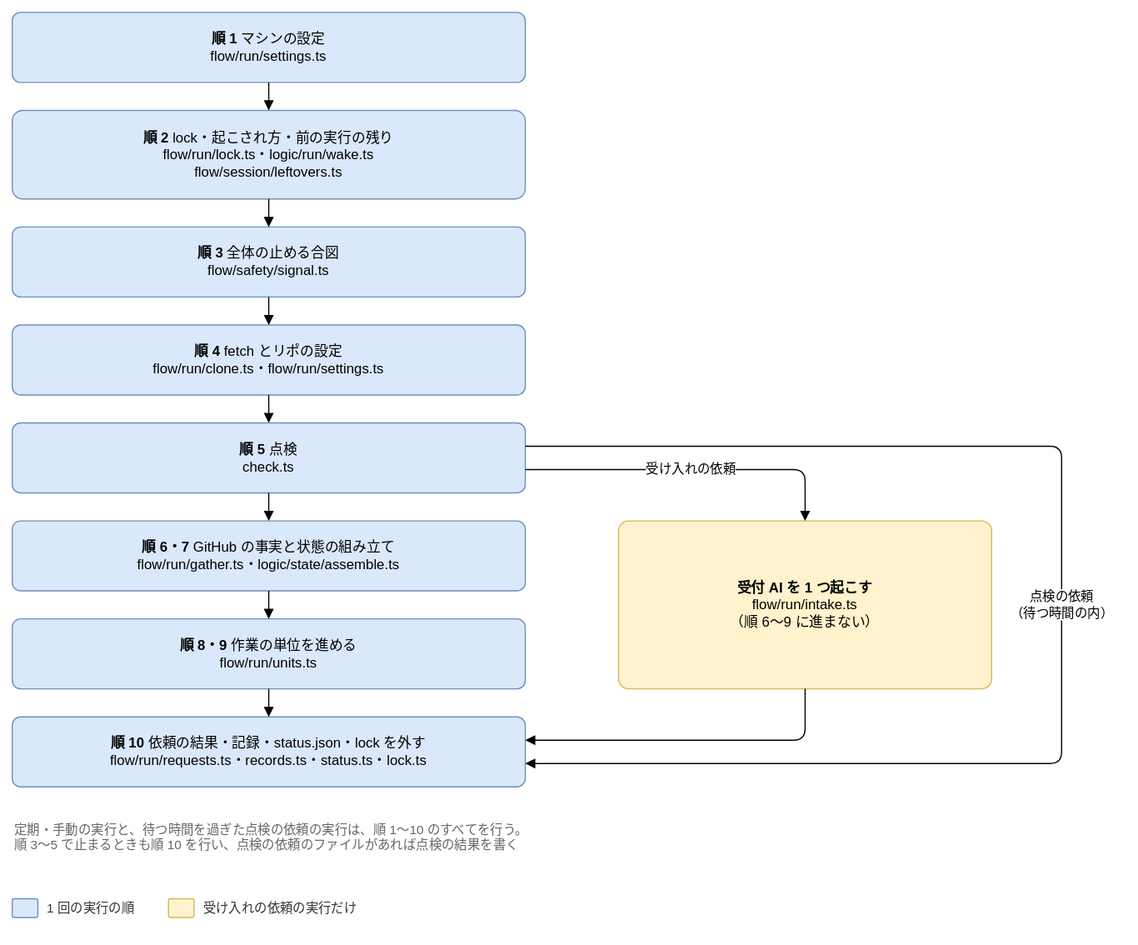
Above: docs/design/detailed/diagrams/08-run.drawio.svg in Joymerrevent/dev-autopilot (draw.io), before the change. Source tidied: cells renumbered, new cells last; positions are measured from the earlier drawing's top-left corner, leaving out a move shared by most shapes.
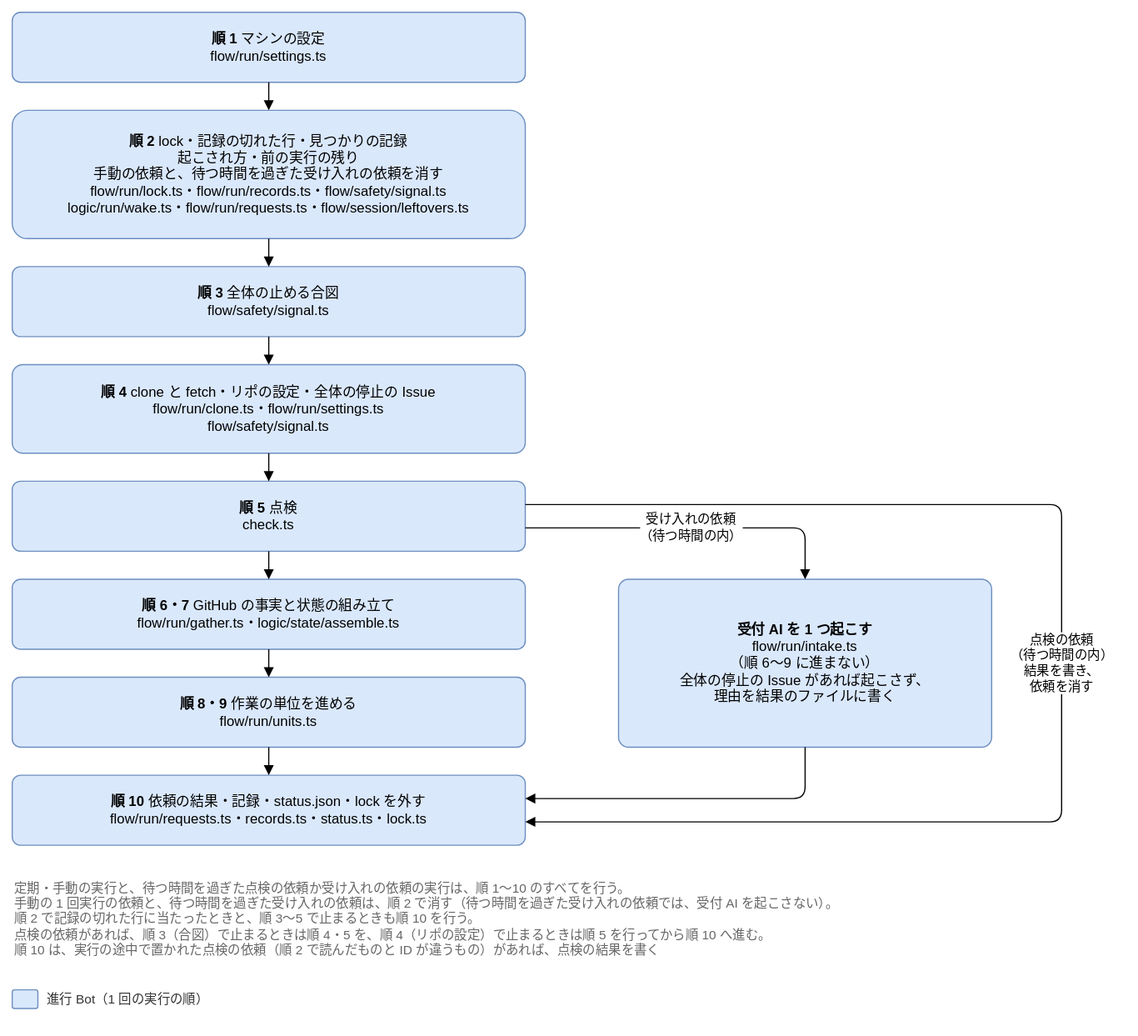
The same file after the commit.

Change to the diagram source:
```diff
@@ -5,87 +5,81 @@
     <mxCell id="2" value="&lt;b&gt;順 1&lt;/b&gt; マシンの設定&lt;br&gt;flow/run/settings.ts" style="rounded=1;whiteSpace=wrap;html=1;fontSize=12;arcSize=12;spacing=12;fillColor=#dae8fc;strokeColor=#6c8ebf;" parent="1" vertex="1">
       <mxGeometry width="440" height="60" as="geometry" />
     </mxCell>
-    <mxCell id="3" value="&lt;b&gt;順 2&lt;/b&gt; lock・起こされ方・前の実行の残り&lt;br&gt;flow/run/lock.ts・logic/run/wake.ts&lt;br&gt;flow/session/leftovers.ts" style="rounded=1;whiteSpace=wrap;html=1;fontSize=12;arcSize=12;spacing=12;fillColor=#dae8fc;strokeColor=#6c8ebf;" parent="1" vertex="1">
-      <mxGeometry y="84" width="440" height="76" as="geometry" />
+    <mxCell id="3" value="&lt;b&gt;順 2&lt;/b&gt; lock・記録の切れた行・見つかりの記録&lt;br&gt;起こされ方・前の実行の残り&lt;br&gt;手動の依頼と、待つ時間を過ぎた受け入れの依頼を消す&lt;br&gt;flow/run/lock.ts・flow/run/records.ts・flow/safety/signal.ts&lt;br&gt;logic/run/wake.ts・flow/run/requests.ts・flow/session/leftovers.ts" style="rounded=1;whiteSpace=wrap;html=1;fontSize=12;arcSize=12;spacing=12;fillColor=#dae8fc;strokeColor=#6c8ebf;" parent="1" vertex="1">
+      <mxGeometry y="84" width="440" height="110" as="geometry" />
     </mxCell>
     <mxCell id="4" style="edgeStyle=orthogonalEdgeStyle;rounded=1;html=1;endArrow=block;endFill=1;fontSize=11;labelBackgroundColor=#ffffff;exitX=0.5;exitY=1;exitDx=0;exitDy=0;entryX=0.5;entryY=0;entryDx=0;entryDy=0;" parent="1" edge="1" source="2" target="3">
       <mxGeometry relative="1" as="geometry" />
     </mxCell>
     <mxCell id="5" value="&lt;b&gt;順 3&lt;/b&gt; 全体の止める合図&lt;br&gt;flow/safety/signal.ts" style="rounded=1;whiteSpace=wrap;html=1;fontSize=12;arcSize=12;spacing=12;fillColor=#dae8fc;strokeColor=#6c8ebf;" parent="1" vertex="1">
-      <mxGeometry y="184" width="440" height="60" as="geometry" />
+      <mxGeometry y="218" width="440" height="60" as="geometry" />
     </mxCell>
     <mxCell id="6" style="edgeStyle=orthogonalEdgeStyle;rounded=1;html=1;endArrow=block;endFill=1;fontSize=11;labelBackgroundColor=#ffffff;exitX=0.5;exitY=1;exitDx=0;exitDy=0;entryX=0.5;entryY=0;entryDx=0;entryDy=0;" parent="1" edge="1" source="3" target="5">
       <mxGeometry relative="1" as="geometry" />
     </mxCell>
-    <mxCell id="7" value="&lt;b&gt;順 4&lt;/b&gt; fetch とリポの設定&lt;br&gt;flow/run/clone.ts・flow/run/settings.ts" style="rounded=1;whiteSpace=wrap;html=1;fontSize=12;arcSize=12;spacing=12;fillColor=#dae8fc;strokeColor=#6c8ebf;" parent="1" vertex="1">
-      <mxGeometry y="268" width="440" height="60" as="geometry" />
+    <mxCell id="7" value="&lt;b&gt;順 4&lt;/b&gt; clone と fetch・リポの設定・全体の停止の Issue&lt;br&gt;flow/run/clone.ts・flow/run/settings.ts&lt;br&gt;flow/safety/signal.ts" style="rounded=1;whiteSpace=wrap;html=1;fontSize=12;arcSize=12;spacing=12;fillColor=#dae8fc;strokeColor=#6c8ebf;" parent="1" vertex="1">
+      <mxGeometry y="302" width="440" height="76" as="geometry" />
     </mxCell>
     <mxCell id="8" style="edgeStyle=orthogonalEdgeStyle;rounded=1;html=1;endArrow=block;endFill=1;fontSize=11;labelBackgroundColor=#ffffff;exitX=0.5;exitY=1;exitDx=0;exitDy=0;entryX=0.5;entryY=0;entryDx=0;entryDy=0;" parent="1" edge="1" source="5" target="7">
       <mxGeometry relative="1" as="geometry" />
     </mxCell>
     <mxCell id="9" value="&lt;b&gt;順 5&lt;/b&gt; 点検&lt;br&gt;check.ts" style="rounded=1;whiteSpace=wrap;html=1;fontSize=12;arcSize=12;spacing=12;fillColor=#dae8fc;strokeColor=#6c8ebf;" parent="1" vertex="1">
-      <mxGeometry y="352" width="440" height="60" as="geometry" />
+      <mxGeometry y="402" width="440" height="60" as="geometry" />
     </mxCell>
     <mxCell id="10" style="edgeStyle=orthogonalEdgeStyle;rounded=1;html=1;endArrow=block;endFill=1;fontSize=11;labelBackgroundColor=#ffffff;exitX=0.5;exitY=1;exitDx=0;exitDy=0;entryX=0.5;entryY=0;entryDx=0;entryDy=0;" parent="1" edge="1" source="7" target="9">
       <mxGeometry relative="1" as="geometry" />
     </mxCell>
     <mxCell id="11" value="&lt;b&gt;順 6・7&lt;/b&gt; GitHub の事実と状態の組み立て&lt;br&gt;flow/run/gather.ts・logic/state/assemble.ts" style="rounded=1;whiteSpace=wrap;html=1;fontSize=12;arcSize=12;spacing=12;fillColor=#dae8fc;strokeColor=#6c8ebf;" parent="1" vertex="1">
-      <mxGeometry y="436" width="440" height="60" as="geometry" />
+      <mxGeometry y="486" width="440" height="60" as="geometry" />
     </mxCell>
     <mxCell id="12" style="edgeStyle=orthogonalEdgeStyle;rounded=1;html=1;endArrow=block;endFill=1;fontSize=11;labelBackgroundColor=#ffffff;exitX=0.5;exitY=1;exitDx=0;exitDy=0;entryX=0.5;entryY=0;entryDx=0;entryDy=0;" parent="1" edge="1" source="9" target="11">
       <mxGeometry relative="1" as="geometry" />
     </mxCell>
     <mxCell id="13" value="&lt;b&gt;順 8・9&lt;/b&gt; 作業の単位を進める&lt;br&gt;flow/run/units.ts" style="rounded=1;whiteSpace=wrap;html=1;fontSize=12;arcSize=12;spacing=12;fillColor=#dae8fc;strokeColor=#6c8ebf;" parent="1" vertex="1">
-      <mxGeometry y="520" width="440" height="60" as="geometry" />
+      <mxGeometry y="570" width="440" height="60" as="geometry" />
     </mxCell>
     <mxCell id="14" style="edgeStyle=orthogonalEdgeStyle;rounded=1;html=1;endArrow=block;endFill=1;fontSize=11;labelBackgroundColor=#ffffff;exitX=0.5;exitY=1;exitDx=0;exitDy=0;entryX=0.5;entryY=0;entryDx=0;entryDy=0;" parent="1" edge="1" source="11" target="13">
       <mxGeometry relative="1" as="geometry" />
     </mxCell>
     <mxCell id="15" value="&lt;b&gt;順 10&lt;/b&gt; 依頼の結果・記録・status.json・lock を外す&lt;br&gt;flow/run/requests.ts・records.ts・status.ts・lock.ts" style="rounded=1;whiteSpace=wrap;html=1;fontSize=12;arcSize=12;spacing=12;fillColor=#dae8fc;strokeColor=#6c8ebf;" parent="1" vertex="1">
-      <mxGeometry y="604" width="440" height="60" as="geometry" />
+      <mxGeometry y="654" width="440" height="60" as="geometry" />
     </mxCell>
     <mxCell id="16" style="edgeStyle=orthogonalEdgeStyle;rounded=1;html=1;endArrow=block;endFill=1;fontSize=11;labelBackgroundColor=#ffffff;exitX=0.5;exitY=1;exitDx=0;exitDy=0;entryX=0.5;entryY=0;entryDx=0;entryDy=0;" parent="1" edge="1" source="13" target="15">
       <mxGeometry relative="1" as="geometry" />
     </mxCell>
-    <mxCell id="17" value="&lt;b&gt;受付 AI を 1 つ起こす&lt;/b&gt;&lt;br&gt;flow/run/intake.ts&lt;br&gt;（順 6〜9 に進まない）" style="rounded=1;whiteSpace=wrap;html=1;fontSize=12;arcSize=12;spacing=12;fillColor=#fff2cc;strokeColor=#d6b656;arcSize=6;" parent="1" vertex="1">
-      <mxGeometry x="520" y="436" width="320" height="144" as="geometry" />
+    <mxCell id="17" value="&lt;b&gt;受付 AI を 1 つ起こす&lt;/b&gt;&lt;br&gt;flow/run/intake.ts&lt;br&gt;（順 6〜9 に進まない）&lt;br&gt;全体の停止の Issue があれば起こさず、&lt;br&gt;理由を結果のファイルに書く" style="rounded=1;whiteSpace=wrap;html=1;fontSize=12;arcSize=12;spacing=12;fillColor=#dae8fc;strokeColor=#6c8ebf;arcSize=6;" parent="1" vertex="1">
+      <mxGeometry x="520" y="486" width="320" height="144" as="geometry" />
     </mxCell>
-    <mxCell id="18" value="受け入れの依頼" style="edgeStyle=orthogonalEdgeStyle;rounded=1;html=1;endArrow=block;endFill=1;fontSize=11;labelBackgroundColor=#ffffff;exitX=1;exitY=0.6666666666666666;exitDx=0;exitDy=0;entryX=0.5;entryY=0;entryDx=0;entryDy=0;" parent="1" edge="1" source="9" target="17">
+    <mxCell id="18" value="受け入れの依頼&lt;br&gt;（待つ時間の内）" style="edgeStyle=orthogonalEdgeStyle;rounded=1;html=1;endArrow=block;endFill=1;fontSize=11;labelBackgroundColor=#ffffff;exitX=1;exitY=0.6666666666666666;exitDx=0;exitDy=0;entryX=0.5;entryY=0;entryDx=0;entryDy=0;" parent="1" edge="1" source="9" target="17">
       <mxGeometry relative="1" as="geometry">
         <Array as="points">
-          <mxPoint x="680" y="392" />
+          <mxPoint x="680" y="442" />
         </Array>
       </mxGeometry>
     </mxCell>
     <mxCell id="19" style="edgeStyle=orthogonalEdgeStyle;rounded=1;html=1;endArrow=block;endFill=1;fontSize=11;labelBackgroundColor=#ffffff;exitX=0.5;exitY=1;exitDx=0;exitDy=0;entryX=1;entryY=0.3333333333333333;entryDx=0;entryDy=0;" parent="1" edge="1" source="17" target="15">
       <mxGeometry relative="1" as="geometry">
         <Array as="points">
-          <mxPoint x="680" y="624" />
+          <mxPoint x="680" y="674" />
         </Array>
       </mxGeometry>
     </mxCell>
-    <mxCell id="20" value="点検の依頼&lt;br&gt;（待つ時間の内）" style="edgeStyle=orthogonalEdgeStyle;rounded=1;html=1;endArrow=block;endFill=1;fontSize=11;labelBackgroundColor=#ffffff;exitX=1;exitY=0.3333333333333333;exitDx=0;exitDy=0;entryX=1;entryY=0.6666666666666666;entryDx=0;entryDy=0;" parent="1" edge="1" source="9" target="15">
+    <mxCell id="20" value="点検の依頼&lt;br&gt;（待つ時間の内）&lt;br&gt;結果を書き、&lt;br&gt;依頼を消す" style="edgeStyle=orthogonalEdgeStyle;rounded=1;html=1;endArrow=block;endFill=1;fontSize=11;labelBackgroundColor=#ffffff;exitX=1;exitY=0.3333333333333333;exitDx=0;exitDy=0;entryX=1;entryY=0.6666666666666666;entryDx=0;entryDy=0;" parent="1" edge="1" source="9" target="15">
       <mxGeometry relative="1" as="geometry">
         <Array as="points">
-          <mxPoint x="900" y="372" />
-          <mxPoint x="900" y="644" />
+          <mxPoint x="900" y="422" />
+          <mxPoint x="900" y="694" />
         </Array>
       </mxGeometry>
     </mxCell>
-    <mxCell id="21" value="定期・手動の実行と、待つ時間を過ぎた点検の依頼の実行は、順 1〜10 のすべてを行う。&lt;br&gt;順 3〜5 で止まるときも順 10 を行い、点検の依頼のファイルがあれば点検の結果を書く" style="text;html=1;whiteSpace=wrap;align=left;verticalAlign=top;fontSize=11;fontColor=#666666;" parent="1" vertex="1">
-      <mxGeometry y="688" width="920" height="56" as="geometry" />
+    <mxCell id="21" value="定期・手動の実行と、待つ時間を過ぎた点検の依頼か受け入れの依頼の実行は、順 1〜10 のすべてを行う。&lt;br&gt;手動の 1 回実行の依頼と、待つ時間を過ぎた受け入れの依頼は、順 2 で消す（待つ時間を過ぎた受け入れの依頼では、受付 AI を起こさない）。&lt;br&gt;順 2 で記録の切れた行に当たったときと、順 3〜5 で止まるときも順 10 を行う。&lt;br&gt;点検の依頼があれば、順 3（合図）で止まるときは順 4・5 を、順 4（リポの設定）で止まるときは順 5 を行ってから順 10 へ進む。&lt;br&gt;順 10 は、実行の途中で置かれた点検の依頼（順 2 で読んだものと ID が違うもの）があれば、点検の結果を書く" style="text;html=1;whiteSpace=wrap;align=left;verticalAlign=top;fontSize=11;fontColor=#666666;" parent="1" vertex="1">
+      <mxGeometry y="738" width="920" height="84" as="geometry" />
     </mxCell>
     <mxCell id="22" style="rounded=1;whiteSpace=wrap;html=1;fontSize=12;arcSize=12;spacing=12;fillColor=#dae8fc;strokeColor=#6c8ebf;" parent="1" vertex="1">
-      <mxGeometry y="760" width="22" height="16" as="geometry" />
+      <mxGeometry y="838" width="22" height="16" as="geometry" />
     </mxCell>
-    <mxCell id="23" value="1 回の実行の順" style="text;html=1;align=left;verticalAlign=middle;fontSize=11;fontColor=#333333;" parent="1" vertex="1">
-      <mxGeometry x="28" y="758" width="90" height="20" as="geometry" />
+    <mxCell id="23" value="進行 Bot（1 回の実行の順）" style="text;html=1;align=left;verticalAlign=middle;fontSize=11;fontColor=#333333;" parent="1" vertex="1">
+      <mxGeometry x="28" y="836" width="160" height="20" as="geometry" />
     </mxCell>
-    <mxCell id="24" style="rounded=1;whiteSpace=wrap;html=1;fontSize=12;arcSize=12;spacing=12;fillColor=#fff2cc;strokeColor=#d6b656;" parent="1" vertex="1">
-      <mxGeometry x="134" y="760" width="22" height="16" as="geometry" />
-    </mxCell>
-    <mxCell id="25" value="受け入れの依頼の実行だけ" style="text;html=1;align=left;verticalAlign=middle;fontSize=11;fontColor=#333333;" parent="1" vertex="1">
-      <mxGeometry x="162" y="758" width="150" height="20" as="geometry" />
-    </mxCell>
   </root>
 </mxGraphModel>
```
